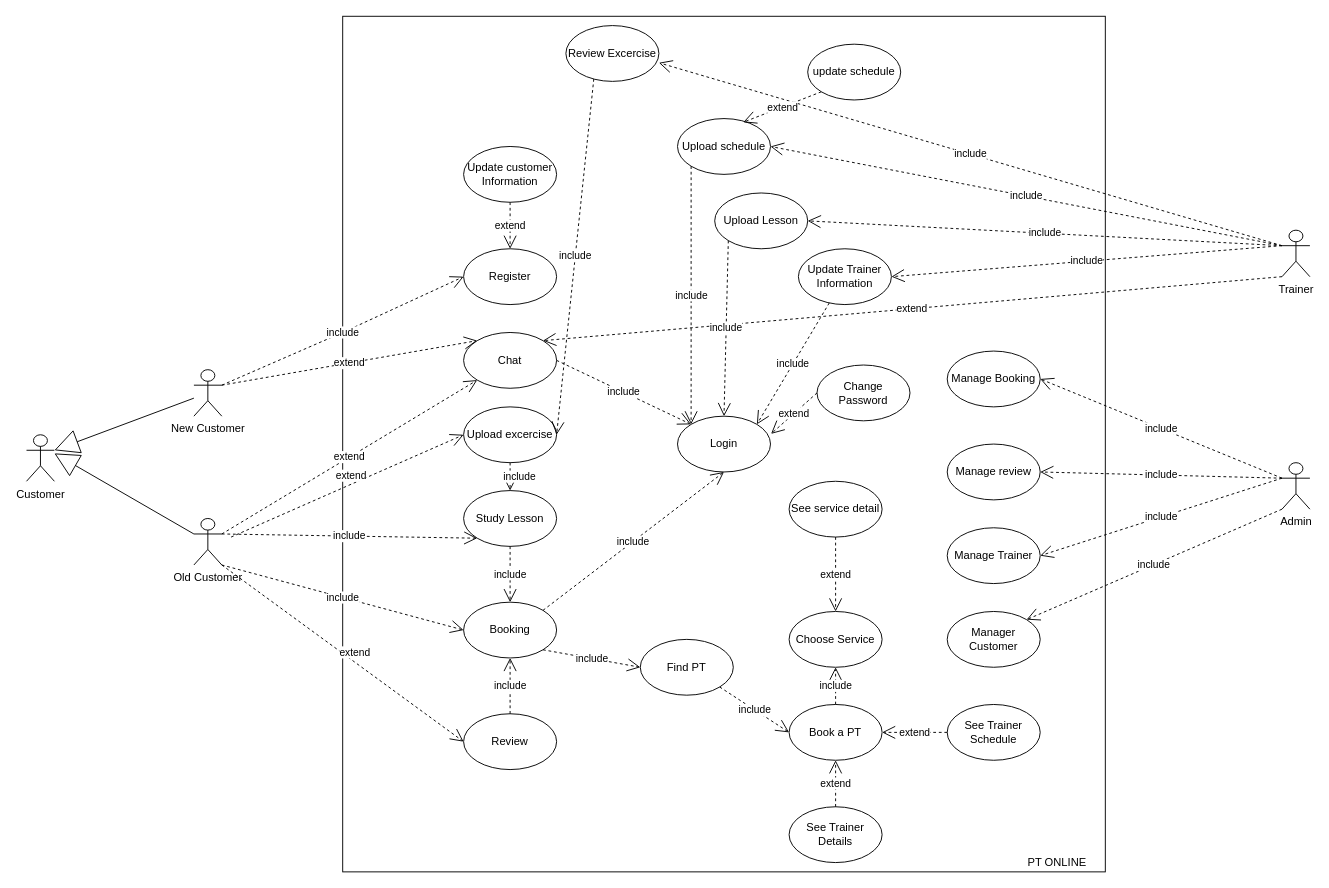
The draw.io diagram Untitled Diagram.drawio in caoquy2000/DBI, before the edit. Source tidied: cells renumbered, new cells numbered last; positions are measured from the earlier drawing's top-left corner, leaving out a move shared by most shapes. Both pictures are drawn from the tidied source at 93%, with x=0, y=0 at pixel (26, 16).
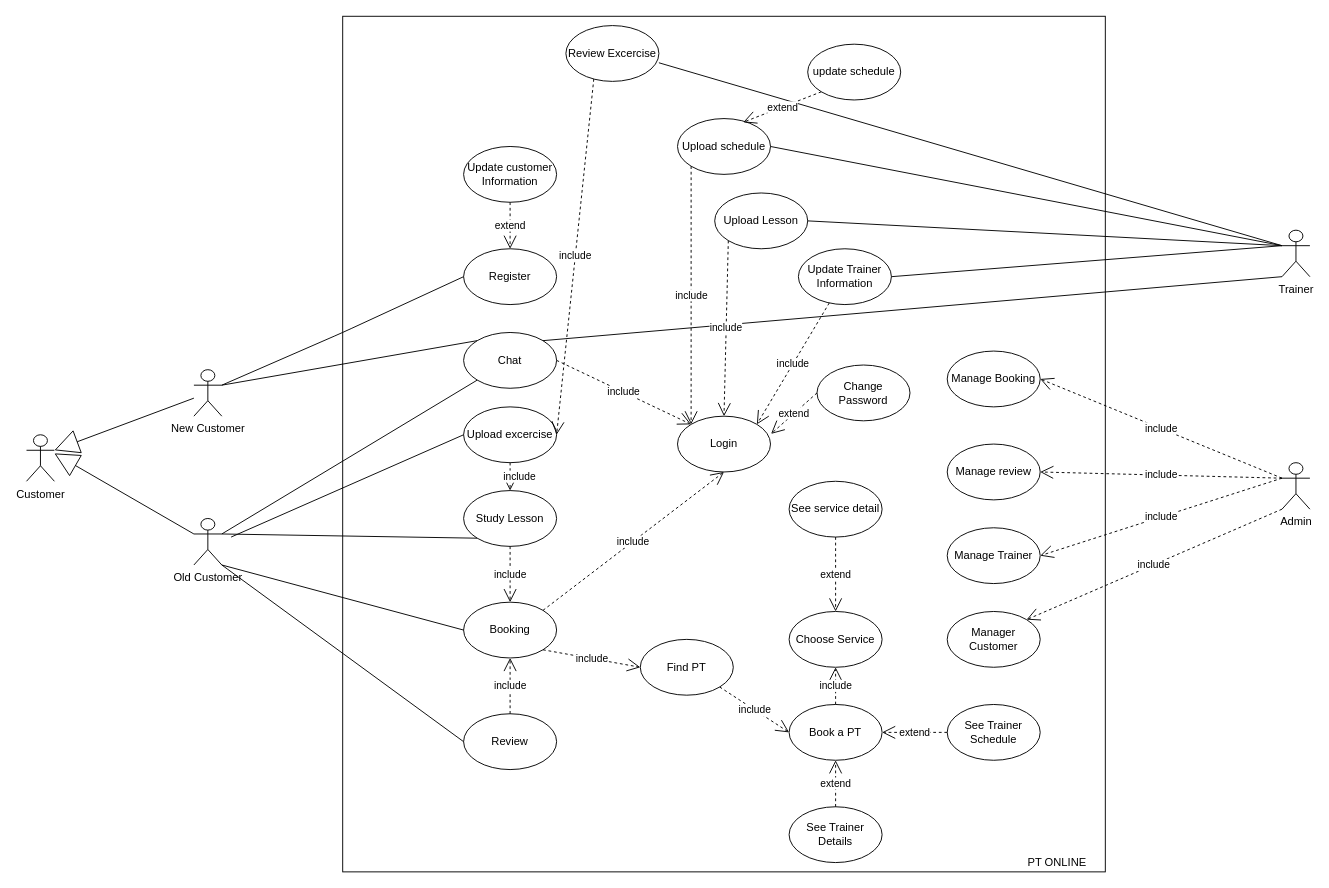
After the change.

The change refers to these unchanged cells:
```xml
<mxCell id="4" value="New Customer" style="shape=umlActor;verticalLabelPosition=bottom;verticalAlign=top;html=1;labelPosition=center;align=center;" parent="1" vertex="1">
  <mxGeometry x="180" y="380" width="30" height="50" as="geometry" />
</mxCell>
<mxCell id="5" value="Old Customer" style="shape=umlActor;verticalLabelPosition=bottom;verticalAlign=top;html=1;labelPosition=center;align=center;" parent="1" vertex="1">
  <mxGeometry x="180" y="540" width="30" height="50" as="geometry" />
</mxCell>
<mxCell id="6" value="Chat" style="ellipse;whiteSpace=wrap;html=1;" parent="1" vertex="1">
  <mxGeometry x="470" y="340" width="100" height="60" as="geometry" />
</mxCell>
<mxCell id="7" value="Register" style="ellipse;whiteSpace=wrap;html=1;" parent="1" vertex="1">
  <mxGeometry x="470" y="250" width="100" height="60" as="geometry" />
</mxCell>
<mxCell id="8" value="Trainer" style="shape=umlActor;verticalLabelPosition=bottom;verticalAlign=top;html=1;labelPosition=center;align=center;" parent="1" vertex="1">
  <mxGeometry x="1350" y="230" width="30" height="50" as="geometry" />
</mxCell>
<mxCell id="10" value="Study Lesson" style="ellipse;whiteSpace=wrap;html=1;" parent="1" vertex="1">
  <mxGeometry x="470" y="510" width="100" height="60" as="geometry" />
</mxCell>
<mxCell id="11" value="Booking" style="ellipse;whiteSpace=wrap;html=1;" parent="1" vertex="1">
  <mxGeometry x="470" y="630" width="100" height="60" as="geometry" />
</mxCell>
<mxCell id="12" value="Upload Lesson" style="ellipse;whiteSpace=wrap;html=1;" parent="1" vertex="1">
  <mxGeometry x="740" y="190" width="100" height="60" as="geometry" />
</mxCell>
<mxCell id="36" value="Update Trainer Information" style="ellipse;whiteSpace=wrap;html=1;" parent="1" vertex="1">
  <mxGeometry x="830" y="250" width="100" height="60" as="geometry" />
</mxCell>
<mxCell id="42" value="Upload schedule" style="ellipse;whiteSpace=wrap;html=1;" parent="1" vertex="1">
  <mxGeometry x="700" y="110" width="100" height="60" as="geometry" />
</mxCell>
<mxCell id="54" value="Review" style="ellipse;whiteSpace=wrap;html=1;" parent="1" vertex="1">
  <mxGeometry x="470" y="750" width="100" height="60" as="geometry" />
</mxCell>
<mxCell id="58" value="Upload excercise" style="ellipse;whiteSpace=wrap;html=1;" parent="1" vertex="1">
  <mxGeometry x="470" y="420" width="100" height="60" as="geometry" />
</mxCell>
```

Change to the diagram source:
```diff
@@
-    <mxCell id="22" value="include" style="endArrow=open;endSize=12;dashed=1;html=1;exitX=1;exitY=0.3333333333333333;exitDx=0;exitDy=0;exitPerimeter=0;entryX=0;entryY=0.5;entryDx=0;entryDy=0;" parent="1" edge="1" source="4" target="7">
+    <mxCell id="22" style="endArrow=none;endSize=12;html=1;exitX=1;exitY=0.3333333333333333;exitDx=0;exitDy=0;exitPerimeter=0;entryX=0;entryY=0.5;entryDx=0;entryDy=0;endFill=0;" parent="1" edge="1" source="4" target="7">
       <mxGeometry relative="1" as="geometry">
         <Array as="points">
           <mxPoint x="340" y="340" />
         </Array>
       </mxGeometry>
     </mxCell>
-    <mxCell id="23" value="extend" style="endArrow=open;endSize=12;dashed=1;html=1;exitX=1;exitY=0.3333333333333333;exitDx=0;exitDy=0;exitPerimeter=0;entryX=0;entryY=1;entryDx=0;entryDy=0;" parent="1" edge="1" source="5" target="6">
+    <mxCell id="23" style="endArrow=none;endSize=12;html=1;exitX=1;exitY=0.3333333333333333;exitDx=0;exitDy=0;exitPerimeter=0;entryX=0;entryY=1;entryDx=0;entryDy=0;endFill=0;" parent="1" edge="1" source="5" target="6">
       <mxGeometry relative="1" as="geometry" />
     </mxCell>
-    <mxCell id="24" value="include" style="endArrow=open;endSize=12;dashed=1;html=1;exitX=1;exitY=0.3333333333333333;exitDx=0;exitDy=0;exitPerimeter=0;entryX=0;entryY=1;entryDx=0;entryDy=0;" parent="1" edge="1" source="5" target="10">
-      <mxGeometry relative="1" as="geometry" />
+    <mxCell id="24" style="endArrow=none;endSize=12;html=1;exitX=1;exitY=0.3333333333333333;exitDx=0;exitDy=0;exitPerimeter=0;entryX=0;entryY=1;entryDx=0;entryDy=0;endFill=0;" parent="1" edge="1" source="5" target="10">
+      <mxGeometry x="-0.05" y="-2" relative="1" as="geometry" />
     </mxCell>
-    <mxCell id="25" value="include" style="endArrow=open;endSize=12;dashed=1;html=1;exitX=1;exitY=1;exitDx=0;exitDy=0;exitPerimeter=0;entryX=0;entryY=0.5;entryDx=0;entryDy=0;" parent="1" edge="1" source="5" target="11">
+    <mxCell id="25" style="endArrow=none;endSize=12;html=1;exitX=1;exitY=1;exitDx=0;exitDy=0;exitPerimeter=0;entryX=0;entryY=0.5;entryDx=0;entryDy=0;endFill=0;" parent="1" edge="1" source="5" target="11">
       <mxGeometry relative="1" as="geometry" />
     </mxCell>
@@
-    <mxCell id="28" value="extend" style="endArrow=open;endSize=12;dashed=1;html=1;exitX=0;exitY=1;exitDx=0;exitDy=0;exitPerimeter=0;entryX=1;entryY=0;entryDx=0;entryDy=0;" parent="1" edge="1" source="8" target="6">
+    <mxCell id="28" style="endArrow=none;endSize=12;html=1;exitX=0;exitY=1;exitDx=0;exitDy=0;exitPerimeter=0;entryX=1;entryY=0;entryDx=0;entryDy=0;endFill=0;" parent="1" edge="1" source="8" target="6">
       <mxGeometry relative="1" as="geometry" />
     </mxCell>
@@
-    <mxCell id="33" value="extend" style="endArrow=open;endSize=12;dashed=1;html=1;exitX=1;exitY=0.3333333333333333;exitDx=0;exitDy=0;exitPerimeter=0;entryX=0;entryY=0;entryDx=0;entryDy=0;" parent="1" edge="1" source="4" target="6">
-      <mxGeometry relative="1" as="geometry" />
+    <mxCell id="33" style="endArrow=none;endSize=12;html=1;exitX=1;exitY=0.3333333333333333;exitDx=0;exitDy=0;exitPerimeter=0;entryX=0;entryY=0;entryDx=0;entryDy=0;endFill=0;" parent="1" edge="1" source="4" target="6">
+      <mxGeometry x="0.09" y="1" relative="1" as="geometry">
+        <mxPoint y="1" as="offset" />
+      </mxGeometry>
     </mxCell>
-    <mxCell id="34" value="include" style="endArrow=open;endSize=12;dashed=1;html=1;exitX=0;exitY=0.3333333333333333;exitDx=0;exitDy=0;exitPerimeter=0;entryX=1;entryY=0.5;entryDx=0;entryDy=0;" parent="1" edge="1" source="8" target="12">
+    <mxCell id="34" style="endArrow=none;endSize=12;html=1;exitX=0;exitY=0.3333333333333333;exitDx=0;exitDy=0;exitPerimeter=0;entryX=1;entryY=0.5;entryDx=0;entryDy=0;endFill=0;" parent="1" edge="1" source="8" target="12">
       <mxGeometry relative="1" as="geometry" />
     </mxCell>
@@
-    <mxCell id="41" value="include" style="endArrow=open;endSize=12;dashed=1;html=1;exitX=0;exitY=0.3333333333333333;exitDx=0;exitDy=0;exitPerimeter=0;entryX=1;entryY=0.5;entryDx=0;entryDy=0;" parent="1" edge="1" source="8" target="36">
+    <mxCell id="41" style="endArrow=none;endSize=12;html=1;exitX=0;exitY=0.3333333333333333;exitDx=0;exitDy=0;exitPerimeter=0;entryX=1;entryY=0.5;entryDx=0;entryDy=0;endFill=0;" parent="1" edge="1" source="8" target="36">
       <mxGeometry relative="1" as="geometry" />
     </mxCell>
@@
-    <mxCell id="43" value="include" style="endArrow=open;endSize=12;dashed=1;html=1;exitX=0;exitY=0.3333333333333333;exitDx=0;exitDy=0;exitPerimeter=0;entryX=1;entryY=0.5;entryDx=0;entryDy=0;" parent="1" edge="1" source="8" target="42">
+    <mxCell id="43" style="endArrow=none;endSize=12;html=1;exitX=0;exitY=0.3333333333333333;exitDx=0;exitDy=0;exitPerimeter=0;entryX=1;entryY=0.5;entryDx=0;entryDy=0;endFill=0;" parent="1" edge="1" source="8" target="42">
       <mxGeometry relative="1" as="geometry" />
     </mxCell>
@@
-    <mxCell id="55" value="extend" style="endArrow=open;endSize=12;dashed=1;html=1;exitX=1;exitY=1;exitDx=0;exitDy=0;exitPerimeter=0;entryX=0;entryY=0.5;entryDx=0;entryDy=0;" parent="1" edge="1" source="5" target="54">
+    <mxCell id="55" style="endArrow=none;endSize=12;html=1;exitX=1;exitY=1;exitDx=0;exitDy=0;exitPerimeter=0;entryX=0;entryY=0.5;entryDx=0;entryDy=0;endFill=0;" parent="1" edge="1" source="5" target="54">
       <mxGeometry x="0.06" y="8" relative="1" as="geometry" />
     </mxCell>
@@
-    <mxCell id="59" value="extend" style="endArrow=open;endSize=12;dashed=1;html=1;entryX=0;entryY=0.5;entryDx=0;entryDy=0;" parent="1" edge="1" target="58">
-      <mxGeometry x="0.06" y="8" relative="1" as="geometry">
+    <mxCell id="59" style="endArrow=none;endSize=12;html=1;entryX=0;entryY=0.5;entryDx=0;entryDy=0;endFill=0;" parent="1" edge="1" target="58">
+      <mxGeometry x="0.14" y="8" relative="1" as="geometry">
         <mxPoint x="220" y="560" as="sourcePoint" />
       </mxGeometry>
     </mxCell>
@@
-    <mxCell id="62" value="include" style="endArrow=open;endSize=12;dashed=1;html=1;exitX=0;exitY=0.3333333333333333;exitDx=0;exitDy=0;exitPerimeter=0;entryX=1;entryY=0.5;entryDx=0;entryDy=0;" parent="1" edge="1" source="8">
+    <mxCell id="62" style="endArrow=none;endSize=12;html=1;exitX=0;exitY=0.3333333333333333;exitDx=0;exitDy=0;exitPerimeter=0;entryX=1;entryY=0.5;entryDx=0;entryDy=0;endFill=0;" parent="1" edge="1" source="8">
       <mxGeometry relative="1" as="geometry">
         <mxPoint x="680" y="50" as="targetPoint" />
       </mxGeometry>
     </mxCell>
```
